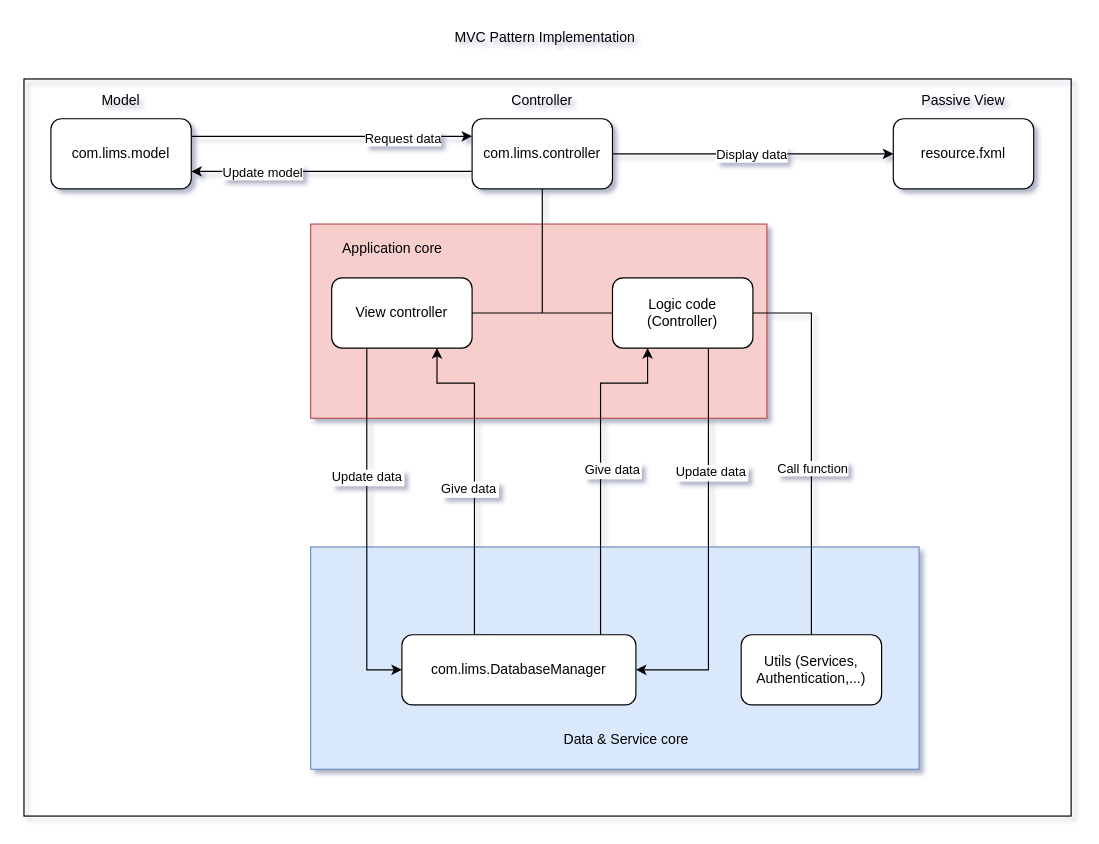
Earlier version of the draw.io diagram docs/JavaLims Project Architecture.drawio (lgthevinh/java-lims). Source tidied: cells renumbered, new cells numbered last; positions are measured from the earlier drawing's top-left corner, leaving out a move shared by most shapes. Both pictures are drawn from the tidied source at 117%, with x=0, y=0 at pixel (23, 20).
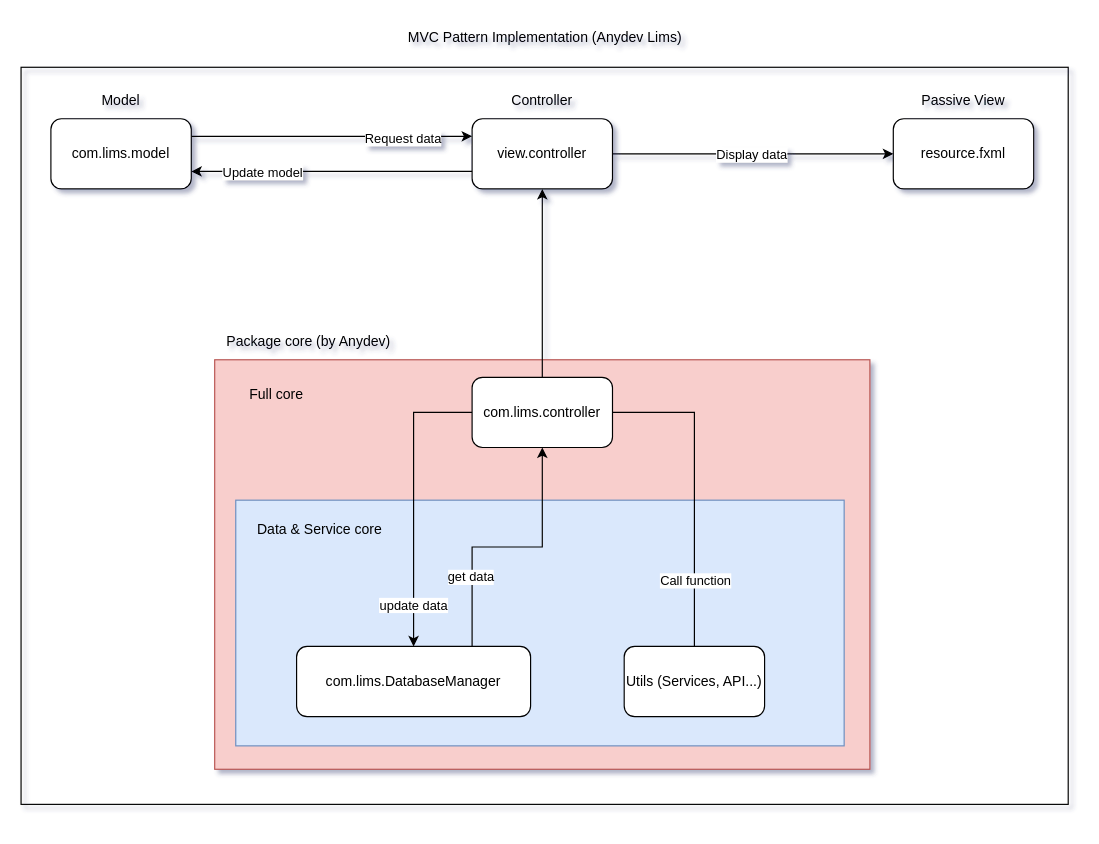
After the change.

Unchanged cells that the change refers to:
```xml
<mxCell id="31" style="edgeStyle=orthogonalEdgeStyle;rounded=0;jettySize=auto;html=1;exitX=0.5;exitY=0;exitDx=0;exitDy=0;entryX=1;entryY=0.5;entryDx=0;entryDy=0;endArrow=none;endFill=0;" parent="1" edge="1" source="33" target="30">
  <mxGeometry relative="1" as="geometry" />
</mxCell>
```

The edit, as a diff of the source:
```diff
@@
+    <mxCell id="4" style="rounded=0;whiteSpace=wrap;html=1;fillColor=#f8cecc;fillStyle=solid;strokeColor=#b85450;" parent="1" vertex="1">
+      <mxGeometry x="163" y="290" width="560" height="350" as="geometry" />
+    </mxCell>
     <mxCell id="2" style="rounded=0;whiteSpace=wrap;html=1;fillColor=none;" parent="1" vertex="1">
-      <mxGeometry y="50" width="895" height="630" as="geometry" />
+      <mxGeometry x="-2.5" y="40" width="895" height="630" as="geometry" />
     </mxCell>
     <mxCell id="3" style="rounded=0;whiteSpace=wrap;html=1;fillColor=#dae8fc;strokeColor=#6c8ebf;" parent="1" vertex="1">
-      <mxGeometry x="245" y="450" width="520" height="190" as="geometry" />
+      <mxGeometry x="181" y="410" width="520" height="210" as="geometry" />
     </mxCell>
-    <mxCell id="4" style="rounded=0;whiteSpace=wrap;html=1;fillColor=#f8cecc;fillStyle=solid;strokeColor=#b85450;" parent="1" vertex="1">
-      <mxGeometry x="245" y="174" width="390" height="166" as="geometry" />
-    </mxCell>
-    <mxCell id="5" value="MVC Pattern Implementation" style="text;html=1;align=center;verticalAlign=middle;strokeColor=none;fillColor=none;" parent="1" vertex="1">
-      <mxGeometry x="355" width="180" height="30" as="geometry" />
+    <mxCell id="5" value="MVC Pattern Implementation (Anydev Lims)" style="text;html=1;align=center;verticalAlign=middle;strokeColor=none;fillColor=none;" parent="1" vertex="1">
+      <mxGeometry x="315" width="260" height="30" as="geometry" />
     </mxCell>
@@
-    <mxCell id="9" style="edgeStyle=orthogonalEdgeStyle;rounded=0;jettySize=auto;html=1;endArrow=none;endFill=0;" parent="1" edge="1" source="12">
-      <mxGeometry relative="1" as="geometry">
-        <mxPoint x="443" y="250" as="targetPoint" />
-      </mxGeometry>
-    </mxCell>
@@
-    <mxCell id="12" value="com.lims.controller" style="rounded=1;whiteSpace=wrap;html=1;" parent="1" vertex="1">
+    <mxCell id="12" value="view.controller" style="rounded=1;whiteSpace=wrap;html=1;" parent="1" vertex="1">
       <mxGeometry x="383" y="84" width="120" height="60" as="geometry" />
     </mxCell>
@@
-    <mxCell id="17" style="edgeStyle=orthogonalEdgeStyle;rounded=0;jettySize=auto;html=1;entryX=0.25;entryY=1;entryDx=0;entryDy=0;exitX=0.849;exitY=0.024;exitDx=0;exitDy=0;exitPerimeter=0;" parent="1" edge="1" source="21" target="30">
-      <mxGeometry relative="1" as="geometry">
-        <Array as="points">
-          <mxPoint x="493" y="310" />
-          <mxPoint x="533" y="310" />
-        </Array>
-      </mxGeometry>
+    <mxCell id="17" style="edgeStyle=orthogonalEdgeStyle;rounded=0;jettySize=auto;html=1;exitX=0.75;exitY=0;exitDx=0;exitDy=0;entryX=0.5;entryY=1;entryDx=0;entryDy=0;" parent="1" edge="1" source="21" target="30">
+      <mxGeometry relative="1" as="geometry" />
     </mxCell>
-    <mxCell id="18" value="Give data" style="edgeLabel;align=center;verticalAlign=middle;" parent="17" vertex="1">
-      <mxGeometry x="-0.05" y="-1" relative="1" as="geometry">
-        <mxPoint x="9" y="-7" as="offset" />
-      </mxGeometry>
-    </mxCell>
-    <mxCell id="19" style="edgeStyle=orthogonalEdgeStyle;rounded=0;jettySize=auto;html=1;exitX=0.394;exitY=0.009;exitDx=0;exitDy=0;entryX=0.75;entryY=1;entryDx=0;entryDy=0;exitPerimeter=0;" parent="1" edge="1" source="21" target="27">
-      <mxGeometry relative="1" as="geometry">
-        <Array as="points">
-          <mxPoint x="385" y="525" />
-          <mxPoint x="385" y="310" />
-          <mxPoint x="353" y="310" />
-        </Array>
-      </mxGeometry>
-    </mxCell>
-    <mxCell id="20" value="Give data" style="edgeLabel;align=center;verticalAlign=middle;" parent="19" vertex="1">
-      <mxGeometry x="-0.1" y="3" relative="1" as="geometry">
-        <mxPoint x="-2" y="-11" as="offset" />
-      </mxGeometry>
-    </mxCell>
+    <mxCell id="36" value="get data" style="edgeLabel;html=1;align=center;verticalAlign=middle;" parent="17" vertex="1">
+      <mxGeometry x="0.03" y="-2" relative="1" as="geometry">
+        <mxPoint x="-35" y="23" as="offset" />
+      </mxGeometry>
+    </mxCell>
     <mxCell id="21" value="com.lims.DatabaseManager" style="rounded=1;whiteSpace=wrap;html=1;" parent="1" vertex="1">
-      <mxGeometry x="323" y="525" width="200" height="60" as="geometry" />
+      <mxGeometry x="233" y="535" width="200" height="60" as="geometry" />
     </mxCell>
-    <mxCell id="22" style="edgeStyle=orthogonalEdgeStyle;rounded=0;jettySize=auto;html=1;entryX=0;entryY=0.5;entryDx=0;entryDy=0;" parent="1" edge="1" source="27" target="21">
-      <mxGeometry relative="1" as="geometry">
-        <Array as="points">
-          <mxPoint x="293" y="555" />
-        </Array>
-      </mxGeometry>
-    </mxCell>
-    <mxCell id="23" value="Update data" style="edgeLabel;align=center;verticalAlign=middle;" parent="22" vertex="1">
-      <mxGeometry x="-0.36" relative="1" as="geometry">
-        <mxPoint y="11" as="offset" />
-      </mxGeometry>
-    </mxCell>
-    <mxCell id="24" style="edgeStyle=orthogonalEdgeStyle;rounded=0;jettySize=auto;html=1;endArrow=none;endFill=0;" parent="1" edge="1" source="27" target="30">
-      <mxGeometry relative="1" as="geometry" />
-    </mxCell>
@@
-    <mxCell id="27" value="View controller" style="rounded=1;whiteSpace=wrap;html=1;" parent="1" vertex="1">
-      <mxGeometry x="263" y="220" width="120" height="60" as="geometry" />
-    </mxCell>
-    <mxCell id="28" style="edgeStyle=orthogonalEdgeStyle;rounded=0;jettySize=auto;html=1;entryX=1;entryY=0.5;entryDx=0;entryDy=0;" parent="1" edge="1" source="30" target="21">
+    <mxCell id="28" style="edgeStyle=orthogonalEdgeStyle;rounded=0;jettySize=auto;html=1;exitX=0;exitY=0.5;exitDx=0;exitDy=0;entryX=0.5;entryY=0;entryDx=0;entryDy=0;" parent="1" edge="1" source="30" target="21">
       <mxGeometry relative="1" as="geometry">
         <Array as="points">
-          <mxPoint x="585" y="555" />
+          <mxPoint x="333" y="335" />
         </Array>
       </mxGeometry>
     </mxCell>
-    <mxCell id="29" value="Update data" style="edgeLabel;align=center;verticalAlign=middle;" parent="28" vertex="1">
-      <mxGeometry x="-0.19" y="2" relative="1" as="geometry">
-        <mxPoint y="-31" as="offset" />
-      </mxGeometry>
-    </mxCell>
+    <mxCell id="37" value="update data" style="edgeLabel;html=1;align=center;verticalAlign=middle;" parent="28" vertex="1">
+      <mxGeometry x="0.05" y="-1" relative="1" as="geometry">
+        <mxPoint y="83" as="offset" />
+      </mxGeometry>
+    </mxCell>
+    <mxCell id="38" style="edgeStyle=orthogonalEdgeStyle;rounded=0;jettySize=auto;html=1;entryX=0.5;entryY=1;entryDx=0;entryDy=0;" parent="1" edge="1" source="30" target="12">
+      <mxGeometry relative="1" as="geometry" />
+    </mxCell>
-    <mxCell id="30" value="Logic code (Controller)" style="rounded=1;whiteSpace=wrap;html=1;" parent="1" vertex="1">
-      <mxGeometry x="503" y="220" width="120" height="60" as="geometry" />
+    <mxCell id="30" value="com.lims.controller" style="rounded=1;whiteSpace=wrap;html=1;" parent="1" vertex="1">
+      <mxGeometry x="383" y="305" width="120" height="60" as="geometry" />
     </mxCell>
@@
     <mxCell id="32" value="Call function" style="edgeLabel;html=1;align=center;verticalAlign=middle;" parent="31" vertex="1">
       <mxGeometry x="-0.18" y="-1" relative="1" as="geometry">
-        <mxPoint x="-1" y="-10" as="offset" />
+        <mxPoint x="-1" y="54" as="offset" />
       </mxGeometry>
     </mxCell>
-    <mxCell id="33" value="Utils (Services, Authentication,...)" style="rounded=1;whiteSpace=wrap;html=1;" parent="1" vertex="1">
-      <mxGeometry x="613" y="525" width="120" height="60" as="geometry" />
+    <mxCell id="33" value="Utils (Services, API...)" style="rounded=1;whiteSpace=wrap;html=1;" parent="1" vertex="1">
+      <mxGeometry x="513" y="535" width="120" height="60" as="geometry" />
     </mxCell>
     <mxCell id="34" value="Data &amp;amp; Service core" style="text;html=1;align=center;verticalAlign=middle;whiteSpace=wrap;rounded=0;" parent="1" vertex="1">
-      <mxGeometry x="455" y="600" width="120" height="30" as="geometry" />
+      <mxGeometry x="193" y="420" width="120" height="30" as="geometry" />
     </mxCell>
-    <mxCell id="35" value="Application core" style="text;html=1;align=center;verticalAlign=middle;whiteSpace=wrap;rounded=0;" parent="1" vertex="1">
-      <mxGeometry x="255" y="180" width="120" height="30" as="geometry" />
+    <mxCell id="35" value="Full core" style="text;html=1;align=center;verticalAlign=middle;whiteSpace=wrap;rounded=0;" parent="1" vertex="1">
+      <mxGeometry x="181" y="305" width="70" height="30" as="geometry" />
     </mxCell>
+    <mxCell id="39" value="Package core (by Anydev)" style="text;html=1;align=center;verticalAlign=middle;strokeColor=none;fillColor=none;" parent="1" vertex="1">
+      <mxGeometry x="163" y="260" width="160" height="30" as="geometry" />
+    </mxCell>
```
